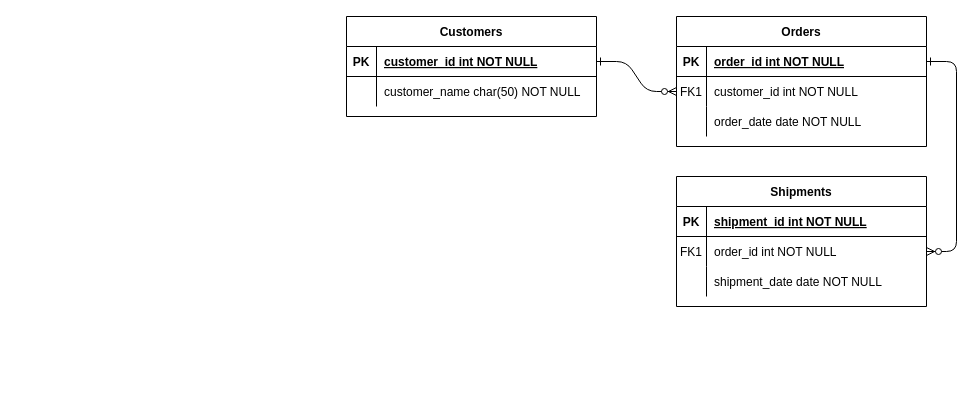
Earlier version of the draw.io diagram ER.drawio (Yanjia1018/FinTech545_Spring2024). Source tidied: cells renumbered, new cells numbered last; positions are measured from the earlier drawing's top-left corner, leaving out a move shared by most shapes. Both pictures are drawn from the tidied source at 100%, with x=0, y=0 at pixel (346, 16).
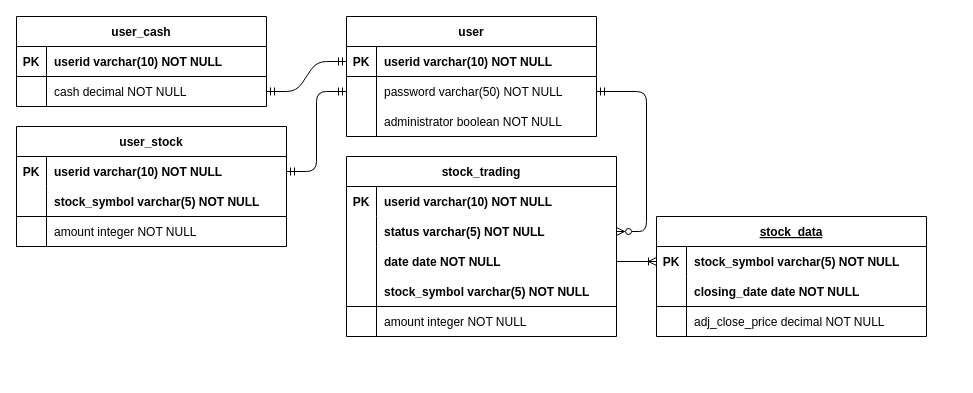
Above is the later version.

Unchanged cells that the change refers to:
```xml
<mxCell id="5" style="shape=partialRectangle;fillColor=none;points=[[0,0.5],[1,0.5]];portConstraint=eastwest;top=0;left=0;right=0;bottom=1;" parent="4" vertex="1">
  <mxGeometry y="30" width="250" height="30" as="geometry" />
</mxCell>
<mxCell id="8" style="shape=partialRectangle;fillColor=none;points=[[0,0.5],[1,0.5]];portConstraint=eastwest;top=0;left=0;right=0;bottom=0;" parent="4" vertex="1">
  <mxGeometry y="60" width="250" height="30" as="geometry" />
</mxCell>
<mxCell id="25" style="shape=partialRectangle;fillColor=none;points=[[0,0.5],[1,0.5]];portConstraint=eastwest;top=0;left=0;right=0;bottom=1;" parent="24" vertex="1">
  <mxGeometry y="30" width="250" height="30" as="geometry" />
</mxCell>
<mxCell id="28" style="shape=partialRectangle;fillColor=none;points=[[0,0.5],[1,0.5]];portConstraint=eastwest;top=0;left=0;right=0;bottom=0;" parent="24" vertex="1">
  <mxGeometry y="60" width="250" height="30" as="geometry" />
</mxCell>
```

Change to the diagram source:
```diff
@@
+    <mxCell id="31" style="edgeStyle=entityRelationEdgeStyle;endArrow=ERmandOne;startArrow=ERzeroToMany;endFill=0;startFill=0;entryDx=0;entryDy=0;entryPerimeter=0;exitDx=0;exitDy=0;exitPerimeter=0;" parent="1" edge="1" source="60" target="28">
+      <mxGeometry relative="1" as="geometry">
+        <Array as="points">
+          <mxPoint x="280" y="170" />
+        </Array>
+      </mxGeometry>
+    </mxCell>
-    <mxCell id="2" style="edgeStyle=entityRelationEdgeStyle;endArrow=ERzeroToMany;startArrow=ERone;endFill=1;startFill=0;" parent="1" edge="1" source="25" target="8">
+    <mxCell id="2" style="edgeStyle=entityRelationEdgeStyle;endArrow=ERmandOne;startArrow=ERmandOne;endFill=0;startFill=0;" parent="1" edge="1" source="25" target="8">
       <mxGeometry relative="1" as="geometry" />
     </mxCell>
-    <mxCell id="3" style="edgeStyle=entityRelationEdgeStyle;endArrow=ERzeroToMany;startArrow=ERone;endFill=1;startFill=0;" parent="1" edge="1" source="5" target="18">
-      <mxGeometry relative="1" as="geometry" />
-    </mxCell>
-    <mxCell id="4" value="Orders" style="shape=table;startSize=30;childLayout=tableLayout;rowLines=0;fontStyle=1;align=center;" parent="1" vertex="1">
-      <mxGeometry x="330" width="250" height="130" as="geometry" />
+    <mxCell id="4" value="user_cash" style="shape=table;startSize=30;childLayout=tableLayout;rowLines=0;fontStyle=1;align=center;" parent="1" vertex="1">
+      <mxGeometry x="-330" width="250" height="90" as="geometry" />
     </mxCell>
@@
-    <mxCell id="7" value="order_id int NOT NULL " style="shape=partialRectangle;overflow=hidden;fillColor=none;top=0;left=0;bottom=0;right=0;align=left;spacingLeft=6;fontStyle=5;" parent="5" vertex="1">
+    <mxCell id="7" value="userid varchar(10) NOT NULL" style="shape=partialRectangle;overflow=hidden;fillColor=none;top=0;left=0;bottom=0;right=0;align=left;spacingLeft=6;fontStyle=1;" parent="5" vertex="1">
       <mxGeometry x="30" width="220" height="30" as="geometry" />
     </mxCell>
@@
-    <mxCell id="9" value="FK1" style="shape=partialRectangle;overflow=hidden;fillColor=none;top=0;left=0;bottom=0;right=0;" parent="8" vertex="1">
+    <mxCell id="9" style="shape=partialRectangle;overflow=hidden;fillColor=none;top=0;left=0;bottom=0;right=0;" parent="8" vertex="1">
       <mxGeometry width="30" height="30" as="geometry" />
     </mxCell>
-    <mxCell id="10" value="customer_id int NOT NULL" style="shape=partialRectangle;overflow=hidden;fillColor=none;top=0;left=0;bottom=0;right=0;align=left;spacingLeft=6;" parent="8" vertex="1">
+    <mxCell id="10" value="cash decimal NOT NULL" style="shape=partialRectangle;overflow=hidden;fillColor=none;top=0;left=0;bottom=0;right=0;align=left;spacingLeft=6;" parent="8" vertex="1">
       <mxGeometry x="30" width="220" height="30" as="geometry" />
     </mxCell>
-    <mxCell id="11" style="shape=partialRectangle;fillColor=none;top=0;left=0;right=0;bottom=0;" parent="4" vertex="1">
-      <mxGeometry y="90" width="250" height="30" as="geometry" />
-    </mxCell>
-    <mxCell id="12" style="shape=partialRectangle;overflow=hidden;fillColor=none;top=0;left=0;bottom=0;right=0;" parent="11" vertex="1">
-      <mxGeometry width="30" height="30" as="geometry" />
-    </mxCell>
-    <mxCell id="13" value="order_date date NOT NULL" style="shape=partialRectangle;overflow=hidden;fillColor=none;top=0;left=0;bottom=0;right=0;align=left;spacingLeft=6;" parent="11" vertex="1">
-      <mxGeometry x="30" width="220" height="30" as="geometry" />
-    </mxCell>
-    <mxCell id="14" value="Shipments" style="shape=table;startSize=30;childLayout=tableLayout;rowLines=0;fontStyle=1;align=center;" parent="1" vertex="1">
-      <mxGeometry x="330" y="160" width="250" height="130" as="geometry" />
+    <mxCell id="14" value="user_stock" style="shape=table;startSize=30;childLayout=tableLayout;rowLines=0;fontStyle=1;align=center;" parent="1" vertex="1">
+      <mxGeometry x="-330" y="110" width="270" height="120" as="geometry" />
     </mxCell>
-    <mxCell id="15" style="shape=partialRectangle;fillColor=none;points=[[0,0.5],[1,0.5]];portConstraint=eastwest;top=0;left=0;right=0;bottom=1;" parent="14" vertex="1">
-      <mxGeometry y="30" width="250" height="30" as="geometry" />
+    <mxCell id="15" style="shape=partialRectangle;fillColor=none;points=[[0,0.5],[1,0.5]];portConstraint=eastwest;top=0;left=0;right=0;bottom=0;" parent="14" vertex="1">
+      <mxGeometry y="30" width="270" height="30" as="geometry" />
     </mxCell>
@@
-    <mxCell id="17" value="shipment_id int NOT NULL " style="shape=partialRectangle;overflow=hidden;fillColor=none;top=0;left=0;bottom=0;right=0;align=left;spacingLeft=6;fontStyle=5;" parent="15" vertex="1">
-      <mxGeometry x="30" width="220" height="30" as="geometry" />
+    <mxCell id="17" value="userid varchar(10) NOT NULL" style="shape=partialRectangle;overflow=hidden;fillColor=none;top=0;left=0;bottom=0;right=0;align=left;spacingLeft=6;fontStyle=1;strokeColor=inherit;" parent="15" vertex="1">
+      <mxGeometry x="30" width="240" height="30" as="geometry" />
     </mxCell>
     <mxCell id="18" style="shape=partialRectangle;fillColor=none;points=[[0,0.5],[1,0.5]];portConstraint=eastwest;top=0;left=0;right=0;bottom=0;" parent="14" vertex="1">
-      <mxGeometry y="60" width="250" height="30" as="geometry" />
+      <mxGeometry y="60" width="270" height="30" as="geometry" />
     </mxCell>
-    <mxCell id="19" value="FK1" style="shape=partialRectangle;overflow=hidden;fillColor=none;top=0;left=0;bottom=0;right=0;" parent="18" vertex="1">
+    <mxCell id="19" style="shape=partialRectangle;overflow=hidden;fillColor=none;top=0;left=0;bottom=1;right=0;" parent="18" vertex="1">
       <mxGeometry width="30" height="30" as="geometry" />
     </mxCell>
-    <mxCell id="20" value="order_id int NOT NULL" style="shape=partialRectangle;overflow=hidden;fillColor=none;top=0;left=0;bottom=0;right=0;align=left;spacingLeft=6;" parent="18" vertex="1">
-      <mxGeometry x="30" width="220" height="30" as="geometry" />
+    <mxCell id="20" value="stock_symbol varchar(5) NOT NULL" style="shape=partialRectangle;overflow=hidden;fillColor=none;top=0;left=0;bottom=1;right=0;align=left;spacingLeft=6;fontStyle=1;" parent="18" vertex="1">
+      <mxGeometry x="30" width="240" height="30" as="geometry" />
     </mxCell>
     <mxCell id="21" style="shape=partialRectangle;fillColor=none;top=0;left=0;right=0;bottom=0;" parent="14" vertex="1">
-      <mxGeometry y="90" width="250" height="30" as="geometry" />
+      <mxGeometry y="90" width="270" height="30" as="geometry" />
     </mxCell>
@@
-    <mxCell id="23" value="shipment_date date NOT NULL" style="shape=partialRectangle;overflow=hidden;fillColor=none;top=0;left=0;bottom=0;right=0;align=left;spacingLeft=6;" parent="21" vertex="1">
-      <mxGeometry x="30" width="220" height="30" as="geometry" />
+    <mxCell id="23" value="amount integer NOT NULL" style="shape=partialRectangle;overflow=hidden;fillColor=none;top=0;left=0;bottom=0;right=0;align=left;spacingLeft=6;" parent="21" vertex="1">
+      <mxGeometry x="30" width="240" height="30" as="geometry" />
     </mxCell>
-    <mxCell id="24" value="Customers" style="shape=table;startSize=30;childLayout=tableLayout;rowLines=0;fontStyle=1;align=center;" parent="1" vertex="1">
-      <mxGeometry width="250" height="100" as="geometry" />
+    <mxCell id="24" value="user" style="shape=table;startSize=30;childLayout=tableLayout;rowLines=0;fontStyle=1;align=center;" parent="1" vertex="1">
+      <mxGeometry width="250" height="120" as="geometry" />
     </mxCell>
@@
-    <mxCell id="27" value="customer_id int NOT NULL " style="shape=partialRectangle;overflow=hidden;fillColor=none;top=0;left=0;bottom=0;right=0;align=left;spacingLeft=6;fontStyle=5;" parent="25" vertex="1">
+    <mxCell id="27" value="userid varchar(10) NOT NULL " style="shape=partialRectangle;overflow=hidden;fillColor=none;top=0;left=0;bottom=0;right=0;align=left;spacingLeft=6;fontStyle=1;" parent="25" vertex="1">
       <mxGeometry x="30" width="220" height="30" as="geometry" />
     </mxCell>
@@
-    <mxCell id="30" value="customer_name char(50) NOT NULL" style="shape=partialRectangle;overflow=hidden;fillColor=none;top=0;left=0;bottom=0;right=0;align=left;spacingLeft=6;" parent="28" vertex="1">
+    <mxCell id="30" value="password varchar(50) NOT NULL" style="shape=partialRectangle;overflow=hidden;fillColor=none;top=0;left=0;bottom=0;right=0;align=left;spacingLeft=6;" parent="28" vertex="1">
       <mxGeometry x="30" width="220" height="30" as="geometry" />
     </mxCell>
+    <mxCell id="32" style="shape=partialRectangle;fillColor=none;top=0;left=0;right=0;bottom=0;" parent="1" vertex="1">
+      <mxGeometry y="90" width="250" height="30" as="geometry" />
+    </mxCell>
+    <mxCell id="33" style="shape=partialRectangle;overflow=hidden;fillColor=none;top=0;left=0;bottom=0;right=0;strokeColor=default;" parent="1" vertex="1">
+      <mxGeometry y="90" width="30" height="30" as="geometry" />
+    </mxCell>
+    <mxCell id="34" style="shape=tableRow;horizontal=0;startSize=0;swimlaneHead=0;swimlaneBody=0;fillColor=none;top=0;left=0;right=0;bottom=0;" parent="1" vertex="1">
+      <mxGeometry x="100" y="330" width="180" height="30" as="geometry" />
+    </mxCell>
+    <mxCell id="35" style="shape=partialRectangle;fillColor=none;top=0;left=0;bottom=0;right=0;overflow=hidden;whiteSpace=wrap;html=1;" parent="34" vertex="1">
+      <mxGeometry width="30" height="30" as="geometry" />
+    </mxCell>
+    <mxCell id="36" style="group;strokeColor=none;" parent="1" vertex="1">
+      <mxGeometry y="90" width="250" height="40" as="geometry" />
+    </mxCell>
+    <mxCell id="37" style="shape=partialRectangle;overflow=hidden;fillColor=none;top=0;left=0;bottom=0;right=0;" parent="36" vertex="1">
+      <mxGeometry width="30" height="30" as="geometry" />
+    </mxCell>
+    <mxCell id="38" value="administrator boolean NOT NULL" style="shape=partialRectangle;overflow=hidden;fillColor=none;top=0;left=1;bottom=0;right=0;align=left;spacingLeft=6;strokeColor=default;strokeWidth=1;" parent="36" vertex="1">
+      <mxGeometry x="30" width="220" height="30" as="geometry" />
+    </mxCell>
+    <mxCell id="39" style="shape=partialRectangle;overflow=hidden;fillColor=none;top=0;left=0;bottom=1;right=0;" parent="1" vertex="1">
+      <mxGeometry x="-330" y="200" width="30" height="30" as="geometry" />
+    </mxCell>
+    <mxCell id="40" style="group;" parent="1" vertex="1">
+      <mxGeometry x="310" y="200" width="270" height="120" as="geometry" />
+    </mxCell>
+    <mxCell id="41" value="stock_data" style="shape=table;startSize=30;childLayout=tableLayout;rowLines=0;fontStyle=5;align=center;" parent="40" vertex="1">
+      <mxGeometry width="270" height="120" as="geometry" />
+    </mxCell>
+    <mxCell id="42" style="shape=partialRectangle;fillColor=none;points=[[0,0.5],[1,0.5]];portConstraint=eastwest;top=0;left=0;right=0;bottom=0;" parent="41" vertex="1">
+      <mxGeometry y="30" width="270" height="30" as="geometry" />
+    </mxCell>
+    <mxCell id="43" value="PK" style="shape=partialRectangle;overflow=hidden;fillColor=none;top=0;left=0;bottom=0;right=0;fontStyle=1;" parent="42" vertex="1">
+      <mxGeometry width="30" height="30" as="geometry" />
+    </mxCell>
+    <mxCell id="44" value="stock_symbol varchar(5) NOT NULL" style="shape=partialRectangle;overflow=hidden;fillColor=none;top=0;left=0;bottom=0;right=0;align=left;spacingLeft=6;fontStyle=1;strokeColor=inherit;" parent="42" vertex="1">
+      <mxGeometry x="30" width="240" height="30" as="geometry" />
+    </mxCell>
+    <mxCell id="45" style="shape=partialRectangle;fillColor=none;top=0;left=0;right=0;bottom=0;" parent="41" vertex="1">
+      <mxGeometry y="60" width="270" height="30" as="geometry" />
+    </mxCell>
+    <mxCell id="46" style="shape=partialRectangle;overflow=hidden;fillColor=none;top=0;left=0;bottom=0;right=0;" parent="45" vertex="1">
+      <mxGeometry width="30" height="30" as="geometry" />
+    </mxCell>
+    <mxCell id="47" value="closing_date date NOT NULL" style="shape=partialRectangle;overflow=hidden;fillColor=none;top=0;left=0;bottom=1;right=0;align=left;spacingLeft=6;fontStyle=1;" parent="45" vertex="1">
+      <mxGeometry x="30" width="240" height="30" as="geometry" />
+    </mxCell>
+    <mxCell id="48" style="shape=partialRectangle;fillColor=none;top=0;left=0;right=0;bottom=0;" parent="41" vertex="1">
+      <mxGeometry y="90" width="270" height="30" as="geometry" />
+    </mxCell>
+    <mxCell id="49" style="shape=partialRectangle;overflow=hidden;fillColor=none;top=0;left=0;bottom=0;right=0;" parent="48" vertex="1">
+      <mxGeometry width="30" height="30" as="geometry" />
+    </mxCell>
+    <mxCell id="50" value="adj_close_price decimal NOT NULL" style="shape=partialRectangle;overflow=hidden;fillColor=none;top=0;left=0;bottom=0;right=0;align=left;spacingLeft=6;" parent="48" vertex="1">
+      <mxGeometry x="30" width="240" height="30" as="geometry" />
+    </mxCell>
+    <mxCell id="51" style="shape=partialRectangle;overflow=hidden;fillColor=none;top=0;left=0;bottom=1;right=0;" parent="40" vertex="1">
+      <mxGeometry y="60" width="30" height="30" as="geometry" />
+    </mxCell>
+    <mxCell id="52" style="group;" parent="1" vertex="1">
+      <mxGeometry y="140" width="270" height="180" as="geometry" />
+    </mxCell>
+    <mxCell id="53" value="stock_symbol varchar(5) NOT NULL" style="shape=partialRectangle;overflow=hidden;fillColor=none;top=0;left=1;bottom=1;right=0;align=left;spacingLeft=6;fontStyle=1;" parent="52" vertex="1">
+      <mxGeometry x="30" y="120" width="240" height="30" as="geometry" />
+    </mxCell>
+    <mxCell id="54" value="amount integer NOT NULL" style="shape=partialRectangle;overflow=hidden;fillColor=none;top=0;left=1;bottom=0;right=0;align=left;spacingLeft=6;" parent="52" vertex="1">
+      <mxGeometry x="30" y="150" width="240" height="30" as="geometry" />
+    </mxCell>
+    <mxCell id="55" style="group;" parent="52" vertex="1">
+      <mxGeometry width="270" height="180" as="geometry" />
+    </mxCell>
+    <mxCell id="56" value="stock_trading" style="shape=table;startSize=30;childLayout=tableLayout;rowLines=0;fontStyle=1;align=center;" parent="55" vertex="1">
+      <mxGeometry width="270" height="180" as="geometry" />
+    </mxCell>
+    <mxCell id="57" style="shape=partialRectangle;fillColor=none;top=0;left=0;right=0;bottom=0;" parent="56" vertex="1">
+      <mxGeometry y="30" width="270" height="30" as="geometry" />
+    </mxCell>
+    <mxCell id="58" value="PK" style="shape=partialRectangle;overflow=hidden;fillColor=none;top=0;left=0;bottom=0;right=0;fontStyle=1;" parent="57" vertex="1">
+      <mxGeometry width="30" height="30" as="geometry" />
+    </mxCell>
+    <mxCell id="59" value="userid varchar(10) NOT NULL" style="shape=partialRectangle;overflow=hidden;fillColor=none;top=0;left=0;bottom=0;right=0;align=left;spacingLeft=6;fontStyle=1;strokeColor=inherit;" parent="57" vertex="1">
+      <mxGeometry x="30" width="240" height="30" as="geometry" />
+    </mxCell>
+    <mxCell id="60" style="shape=partialRectangle;fillColor=none;points=[[0,0.5],[1,0.5]];portConstraint=eastwest;top=0;left=0;right=0;bottom=0;" parent="56" vertex="1">
+      <mxGeometry y="60" width="270" height="30" as="geometry" />
+    </mxCell>
+    <mxCell id="61" style="shape=partialRectangle;overflow=hidden;fillColor=none;top=0;left=0;bottom=0;right=0;" parent="60" vertex="1">
+      <mxGeometry width="30" height="30" as="geometry" />
+    </mxCell>
+    <mxCell id="62" value="status varchar(5) NOT NULL" style="shape=partialRectangle;overflow=hidden;fillColor=none;top=0;left=0;bottom=0;right=0;align=left;spacingLeft=6;fontStyle=1;" parent="60" vertex="1">
+      <mxGeometry x="30" width="240" height="30" as="geometry" />
+    </mxCell>
+    <mxCell id="63" style="shape=partialRectangle;fillColor=none;points=[[0,0.5],[1,0.5]];portConstraint=eastwest;top=0;left=0;right=0;bottom=0;" parent="56" vertex="1">
+      <mxGeometry y="90" width="270" height="30" as="geometry" />
+    </mxCell>
+    <mxCell id="64" style="shape=partialRectangle;overflow=hidden;fillColor=none;top=0;left=0;bottom=0;right=0;" parent="63" vertex="1">
+      <mxGeometry width="30" height="30" as="geometry" />
+    </mxCell>
+    <mxCell id="65" value="date date NOT NULL" style="shape=partialRectangle;overflow=hidden;fillColor=none;top=0;left=0;bottom=0;right=0;align=left;spacingLeft=6;fontStyle=1;" parent="63" vertex="1">
+      <mxGeometry x="30" width="240" height="30" as="geometry" />
+    </mxCell>
+    <mxCell id="66" style="shape=partialRectangle;overflow=hidden;fillColor=none;top=0;left=0;bottom=1;right=0;" parent="55" vertex="1">
+      <mxGeometry y="120" width="30" height="30" as="geometry" />
+    </mxCell>
+    <mxCell id="67" style="edgeStyle=entityRelationEdgeStyle;endArrow=ERmandOne;startArrow=ERmandOne;endFill=0;startFill=0;" parent="1" edge="1" source="28" target="15">
+      <mxGeometry relative="1" as="geometry" />
+    </mxCell>
+    <mxCell id="68" style="edgeStyle=entityRelationEdgeStyle;endArrow=none;startArrow=ERoneToMany;endFill=0;startFill=0;entryDx=0;entryDy=0;entryPerimeter=0;exitDx=0;exitDy=0;" parent="1" edge="1" source="42" target="63">
+      <mxGeometry relative="1" as="geometry">
+        <Array as="points">
+          <mxPoint x="290" y="180" />
+        </Array>
+      </mxGeometry>
+    </mxCell>
```
